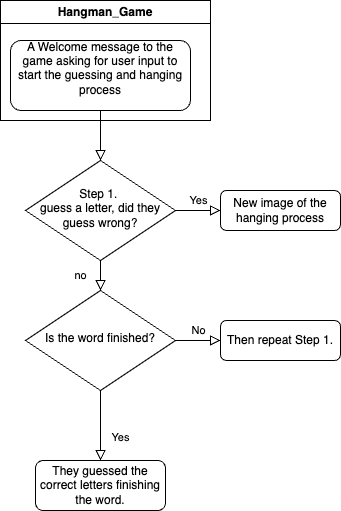
Earlier version of the draw.io export Hangman.drawio.png (MiLkEE44/Hangman_Game). Source tidied: cells renumbered, new cells last; positions are measured from the earlier drawing's top-left corner, leaving out a move shared by most shapes.
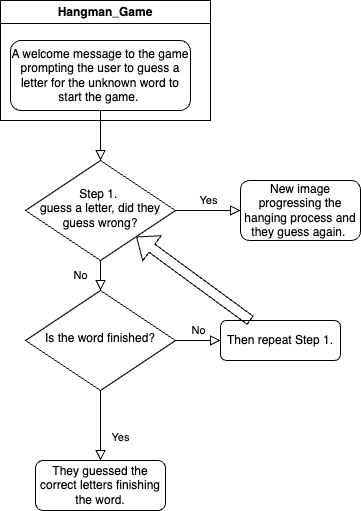
Later version of the same file.

Change to the diagram source:
```diff
@@ -5,7 +5,7 @@
     <mxCell id="2" style="rounded=0;html=1;jettySize=auto;fontSize=11;endArrow=block;endFill=0;endSize=8;strokeWidth=1;shadow=0;labelBackgroundColor=none;edgeStyle=orthogonalEdgeStyle;" parent="1" edge="1" source="13" target="5">
       <mxGeometry relative="1" as="geometry" />
     </mxCell>
-    <mxCell id="3" value="no" style="rounded=0;html=1;jettySize=auto;fontSize=11;endArrow=block;endFill=0;endSize=8;strokeWidth=1;shadow=0;labelBackgroundColor=none;edgeStyle=orthogonalEdgeStyle;" parent="1" edge="1" source="5" target="9">
+    <mxCell id="3" value="No" style="rounded=0;html=1;jettySize=auto;fontSize=11;endArrow=block;endFill=0;endSize=8;strokeWidth=1;shadow=0;labelBackgroundColor=none;edgeStyle=orthogonalEdgeStyle;" parent="1" edge="1" source="5" target="9">
       <mxGeometry y="20" relative="1" as="geometry" />
     </mxCell>
     <mxCell id="4" value="Yes" style="edgeStyle=orthogonalEdgeStyle;rounded=0;html=1;jettySize=auto;fontSize=11;endArrow=block;endFill=0;endSize=8;strokeWidth=1;shadow=0;labelBackgroundColor=none;" parent="1" edge="1" source="5" target="6">
@@ -14,8 +14,8 @@
     <mxCell id="5" value="Step 1.&amp;nbsp;&lt;div&gt;guess a letter, did they guess wrong?&lt;/div&gt;" style="rhombus;whiteSpace=wrap;html=1;shadow=0;fontFamily=Helvetica;fontSize=12;align=center;strokeWidth=1;spacing=6;spacingTop=-4;" parent="1" vertex="1">
       <mxGeometry x="25" y="160" width="150" height="100" as="geometry" />
     </mxCell>
-    <mxCell id="6" value="New image of the hanging process" style="rounded=1;whiteSpace=wrap;html=1;fontSize=12;glass=0;strokeWidth=1;shadow=0;" parent="1" vertex="1">
-      <mxGeometry x="220" y="190" width="120" height="40" as="geometry" />
+    <mxCell id="6" value="New image progressing the hanging process and they guess again.&amp;nbsp;" style="rounded=1;whiteSpace=wrap;html=1;fontSize=12;glass=0;strokeWidth=1;shadow=0;" parent="1" vertex="1">
+      <mxGeometry x="240" y="180" width="120" height="60" as="geometry" />
     </mxCell>
     <mxCell id="7" value="Yes" style="rounded=0;html=1;jettySize=auto;fontSize=11;endArrow=block;endFill=0;endSize=8;strokeWidth=1;shadow=0;labelBackgroundColor=none;edgeStyle=orthogonalEdgeStyle;" parent="1" edge="1" source="9" target="10">
       <mxGeometry x="0.33" y="20" relative="1" as="geometry" />
@@ -35,8 +35,11 @@
     <mxCell id="12" value="Hangman_Game" style="swimlane;whiteSpace=wrap;html=1;" parent="1" vertex="1">
       <mxGeometry width="210" height="120" as="geometry" />
     </mxCell>
-    <mxCell id="13" value="A Welcome message to the game asking for user input to start the guessing and hanging process&lt;div&gt;&lt;br&gt;&lt;/div&gt;" style="rounded=1;whiteSpace=wrap;html=1;fontSize=12;glass=0;strokeWidth=1;shadow=0;" parent="12" vertex="1">
+    <mxCell id="13" value="A welcome message to the game prompting the user to guess a letter for the unknown word to start the game.&amp;nbsp;" style="rounded=1;whiteSpace=wrap;html=1;fontSize=12;glass=0;strokeWidth=1;shadow=0;" parent="12" vertex="1">
       <mxGeometry x="10" y="40" width="180" height="70" as="geometry" />
     </mxCell>
+    <mxCell id="14" style="shape=flexArrow;endArrow=classic;html=1;rounded=0;exitX=0.25;exitY=0;exitDx=0;exitDy=0;" parent="1" edge="1" source="11" target="5">
+      <mxGeometry relative="1" as="geometry" />
+    </mxCell>
   </root>
 </mxGraphModel>
```
